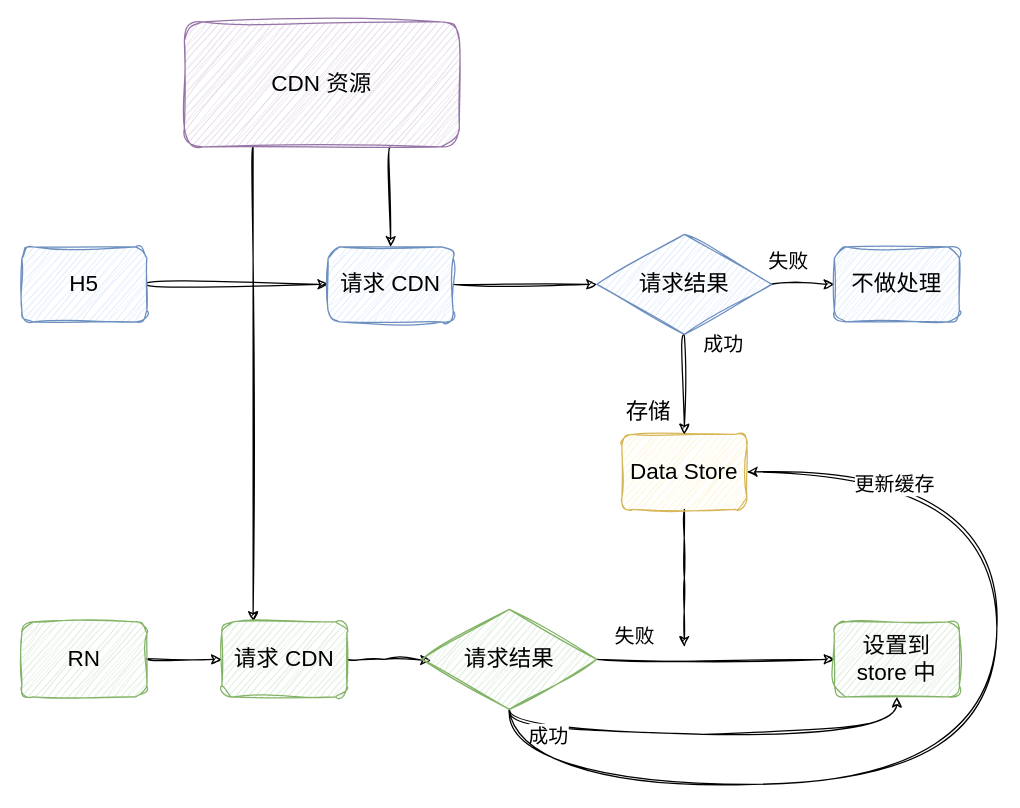
Before: page "第 11 页" (11 of 16) of CDN优化.drawio in Darkindom/draw-the-diagrams, a draw.io diagram. Source tidied: cells renumbered, new cells numbered last; positions are measured from the earlier drawing's top-left corner, leaving out a move shared by most shapes. Both pictures are drawn from the tidied source at 125%, with x=0, y=0 at pixel (21, 21).
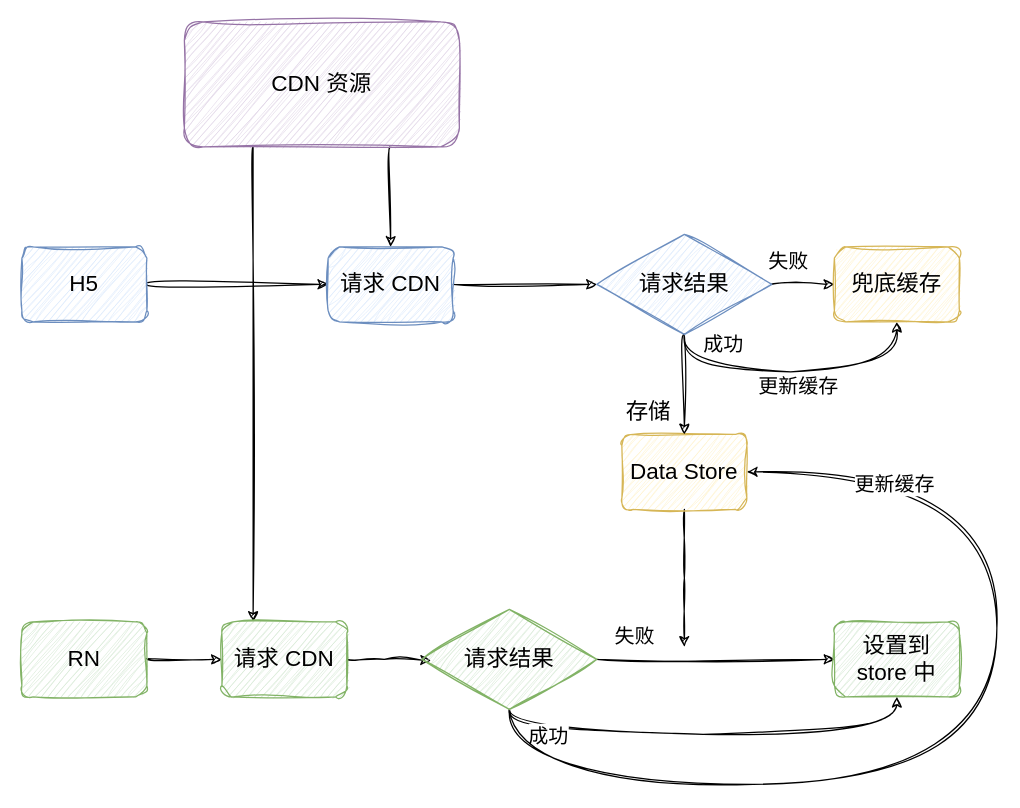
After the change.

Unchanged cells that the change refers to:
```xml
<mxCell id="18" value="请求结果" style="rhombus;whiteSpace=wrap;html=1;sketch=1;hachureGap=4;jiggle=2;curveFitting=1;fontFamily=手札体-简;fontSize=18;fillColor=#dae8fc;strokeColor=#6c8ebf;" parent="1" vertex="1">
  <mxGeometry x="460" y="170" width="140" height="80" as="geometry" />
</mxCell>
```

Diff of the diagram source:
```diff
@@
+    <mxCell id="30" style="edgeStyle=orthogonalEdgeStyle;rounded=0;sketch=1;hachureGap=4;jiggle=2;curveFitting=1;jettySize=auto;html=1;exitX=0.5;exitY=1;exitDx=0;exitDy=0;entryX=0.5;entryY=1;entryDx=0;entryDy=0;fontFamily=Architects Daughter;fontSize=16;curved=1;" parent="1" edge="1" source="18" target="29">
+      <mxGeometry relative="1" as="geometry">
+        <Array as="points">
+          <mxPoint x="530" y="280" />
+          <mxPoint x="700" y="280" />
+        </Array>
+      </mxGeometry>
+    </mxCell>
+    <mxCell id="31" value="更新缓存" style="edgeLabel;html=1;align=center;verticalAlign=middle;fontSize=16;fontFamily=手札体-简;" parent="30" vertex="1">
+      <mxGeometry x="-0.15" y="-1" relative="1" as="geometry">
+        <mxPoint x="18" y="9" as="offset" />
+      </mxGeometry>
+    </mxCell>
@@
-    <mxCell id="29" value="不做处理" style="rounded=1;whiteSpace=wrap;html=1;sketch=1;hachureGap=4;jiggle=2;curveFitting=1;fontFamily=手札体-简;fontSize=18;fillColor=#dae8fc;strokeColor=#6c8ebf;" parent="1" vertex="1">
+    <mxCell id="29" value="兜底缓存" style="rounded=1;whiteSpace=wrap;html=1;sketch=1;hachureGap=4;jiggle=2;curveFitting=1;fontFamily=手札体-简;fontSize=18;fillColor=#fff2cc;strokeColor=#d6b656;" parent="1" vertex="1">
       <mxGeometry x="650" y="180" width="100" height="60" as="geometry" />
     </mxCell>
```
